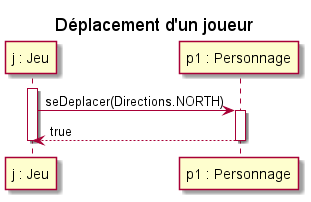
This is documents/version_1/diagrammes/sequence/bougerJoueur.png from arnoux23u-IUTNC/2021_COO_Zeldiablo, a PlantUML export, as it was before one commit. The source it was exported from:
```plantuml
@startuml

title "Déplacement d'un joueur"

participant "j : Jeu" as j
participant "p1 : Personnage" as p1

activate j
j -> p1 : seDeplacer(Directions.NORTH)
activate p1
p1 --> j : true
deactivate p1
deactivate j

@enduml
```
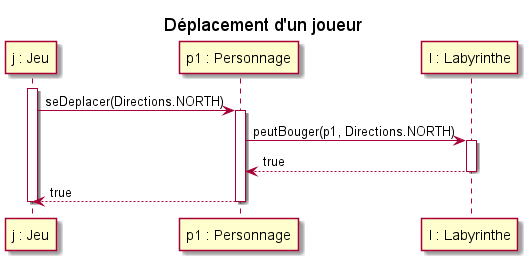
Above is the later version.

Change to the diagram source:
```diff
@@ -4,10 +4,15 @@
 
 participant "j : Jeu" as j
 participant "p1 : Personnage" as p1
+participant "l : Labyrinthe" as l
 
 activate j
 j -> p1 : seDeplacer(Directions.NORTH)
 activate p1
+p1 -> l : peutBouger(p1, Directions.NORTH)
+activate l
+l --> p1 : true
+deactivate l
 p1 --> j : true
 deactivate p1
 deactivate j
```
